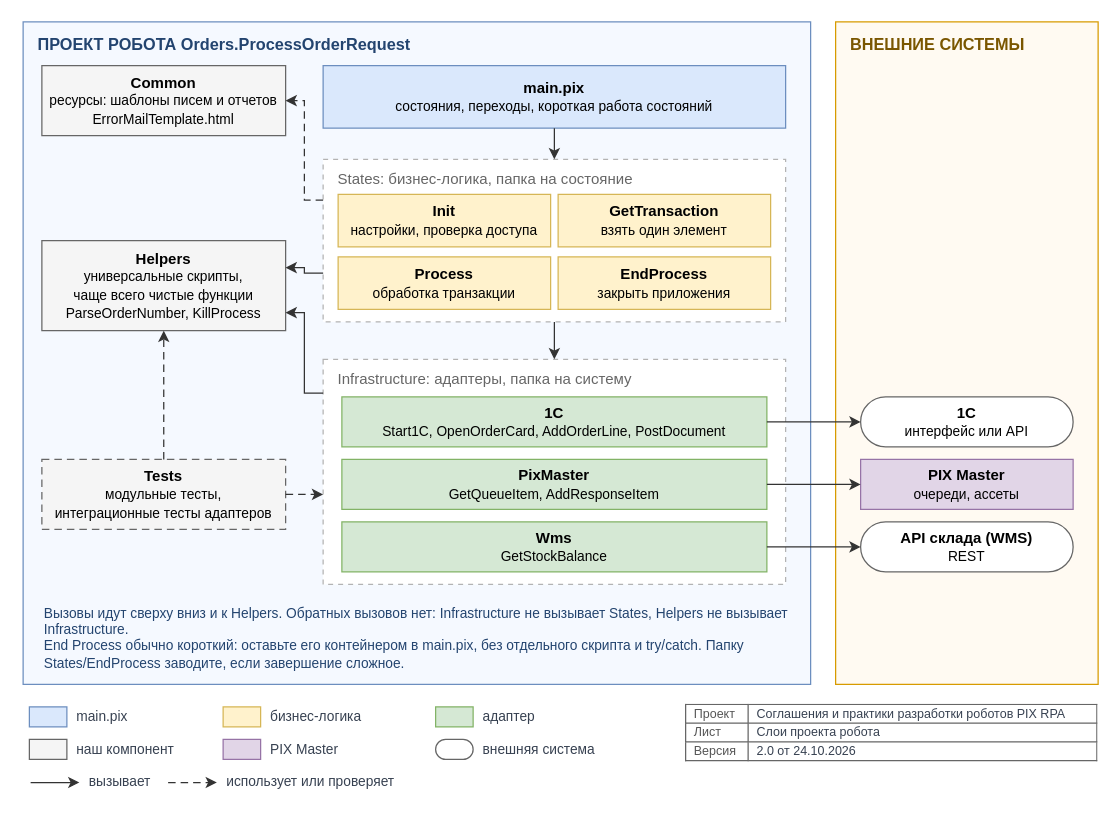
This is page "template / TEMPLATE-01-architecture" (3 of 6) of images/diagrams.drawio from TheMrDJek/PixRpaDevelopmentConventions, a draw.io file, before an edit. Source tidied: cells renumbered, new cells numbered last; positions are measured from the earlier drawing's top-left corner, leaving out a move shared by most shapes. Both pictures are drawn from the tidied source at 125%, with x=0, y=0 at pixel (22, 21).
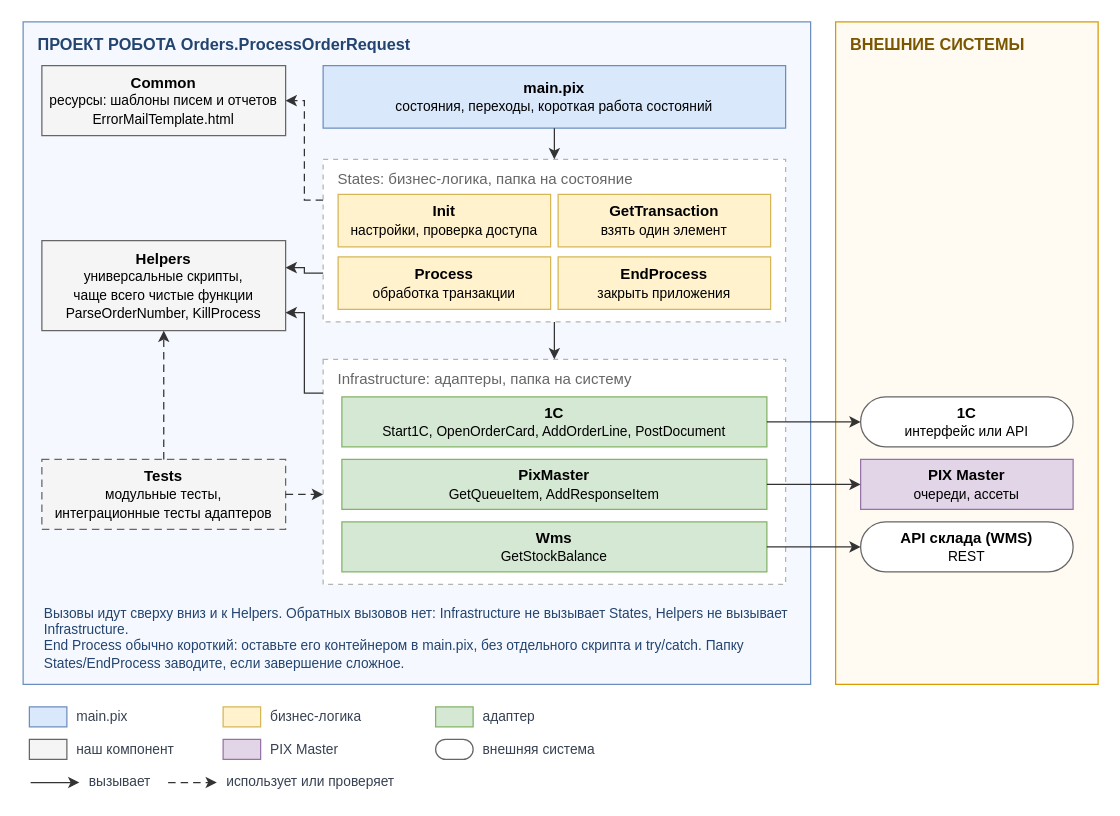
After the change.

The edit, as a diff of the source:
```diff
@@
-    <mxCell id="51" value="&lt;table style=&quot;border-collapse:collapse;width:100%;font-size:10px&quot;&gt;&lt;tr&gt;&lt;td style=&quot;border:1px solid #666;padding:1px 6px;color:#555&quot;&gt;Проект&lt;/td&gt;&lt;td style=&quot;border:1px solid #666;padding:1px 6px&quot;&gt;Соглашения и практики разработки роботов PIX RPA&lt;/td&gt;&lt;/tr&gt;&lt;tr&gt;&lt;td style=&quot;border:1px solid #666;padding:1px 6px;color:#555&quot;&gt;Лист&lt;/td&gt;&lt;td style=&quot;border:1px solid #666;padding:1px 6px&quot;&gt;Слои проекта робота&lt;/td&gt;&lt;/tr&gt;&lt;tr&gt;&lt;td style=&quot;border:1px solid #666;padding:1px 6px;color:#555&quot;&gt;Версия&lt;/td&gt;&lt;td style=&quot;border:1px solid #666;padding:1px 6px&quot;&gt;2.0 от 24.10.2026&lt;/td&gt;&lt;/tr&gt;&lt;/table&gt;" style="text;strokeColor=none;fillColor=none;align=left;verticalAlign=middle;fontSize=12;fontColor=#374151;whiteSpace=wrap;html=1;fontFamily=Helvetica;verticalAlign=top;overflow=fill;" parent="1" vertex="1">
-      <mxGeometry x="530" y="546" width="330" height="54" as="geometry" />
-    </mxCell>
```
